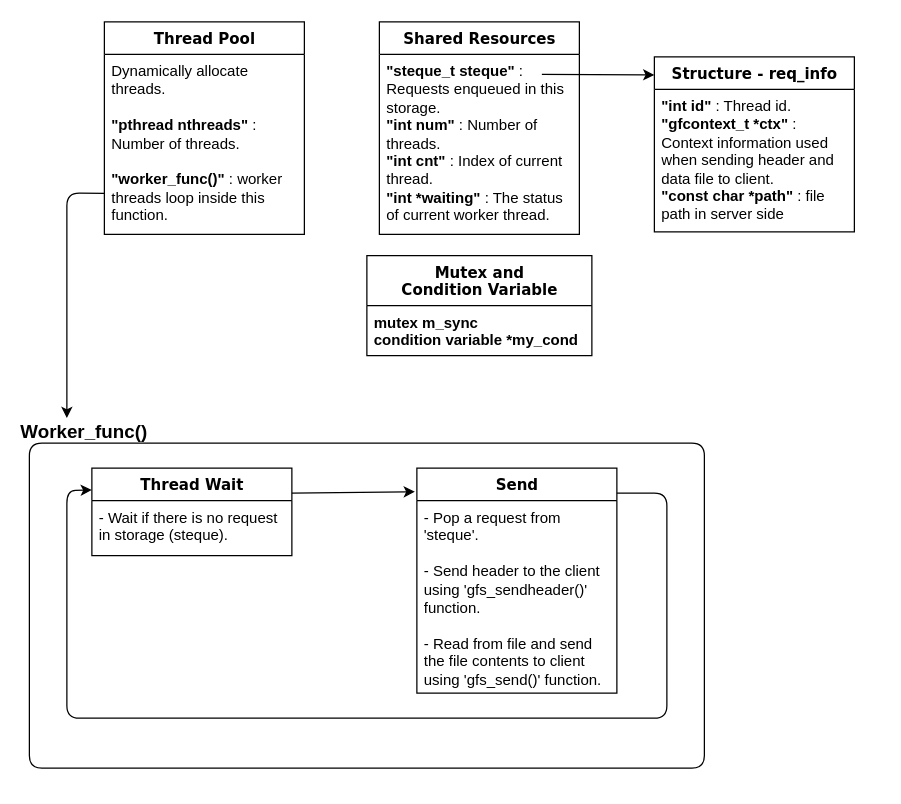
The draw.io diagram multi-client.drawio in kimilg/drawings, before the edit. Source tidied: cells renumbered, new cells numbered last; positions are measured from the earlier drawing's top-left corner, leaving out a move shared by most shapes. Both pictures are drawn from the tidied source at 125%, with x=0, y=0 at pixel (29, 21).
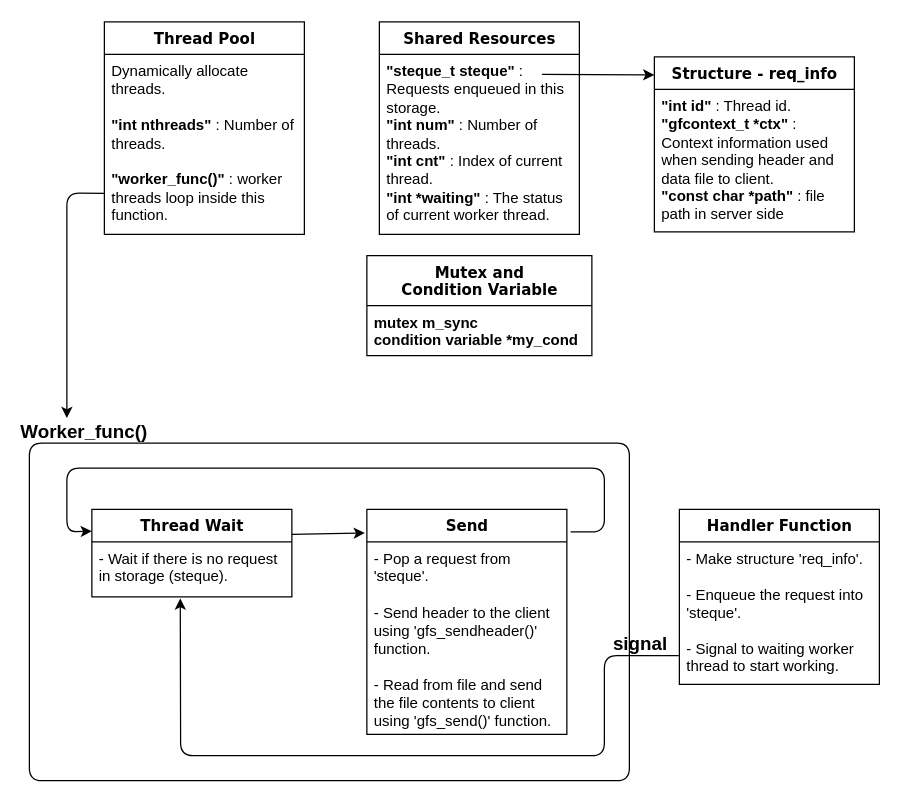
The same diagram, later.

Unchanged cells that the change refers to:
```xml
<mxCell id="2" value="Thread Pool" style="swimlane;html=1;fontStyle=1;align=center;verticalAlign=top;horizontal=1;startSize=26;swimlaneFillColor=#ffffff;rounded=0;shadow=0;comic=0;labelBackgroundColor=none;strokeWidth=1;fillColor=none;fontFamily=Verdana;fontSize=12;" parent="1" vertex="1">
  <mxGeometry x="60" width="160" height="170" as="geometry" />
</mxCell>
<mxCell id="13" value="- Wait if there is no request in storage (steque)." style="text;html=1;strokeColor=none;fillColor=none;align=left;verticalAlign=top;spacingLeft=4;spacingRight=4;whiteSpace=wrap;overflow=hidden;points=[[0,0.5],[1,0.5]];portConstraint=eastwest;" parent="12" vertex="1">
  <mxGeometry y="26" width="160" height="44" as="geometry" />
</mxCell>
```

The edit, as a diff of the source:
```diff
@@
-    <mxCell id="3" value="Dynamically allocate threads.&lt;br&gt;&lt;br&gt;&lt;b&gt;&quot;pthread nthreads&quot;&lt;/b&gt; : Number of threads.&lt;br&gt;&lt;br&gt;&lt;b&gt;&quot;worker_func()&quot;&lt;/b&gt; : worker threads loop inside this function." style="text;html=1;strokeColor=none;fillColor=none;align=left;verticalAlign=top;spacingLeft=4;spacingRight=4;whiteSpace=wrap;overflow=hidden;points=[[0,0.5],[1,0.5]];portConstraint=eastwest;" parent="2" vertex="1">
+    <mxCell id="3" value="Dynamically allocate threads.&lt;br&gt;&lt;br&gt;&lt;b&gt;&quot;int nthreads&quot;&lt;/b&gt; : Number of threads.&lt;br&gt;&lt;br&gt;&lt;b&gt;&quot;worker_func()&quot;&lt;/b&gt; : worker threads loop inside this function." style="text;html=1;strokeColor=none;fillColor=none;align=left;verticalAlign=top;spacingLeft=4;spacingRight=4;whiteSpace=wrap;overflow=hidden;points=[[0,0.5],[1,0.5]];portConstraint=eastwest;" parent="2" vertex="1">
       <mxGeometry y="26" width="160" height="144" as="geometry" />
     </mxCell>
@@
     <mxCell id="12" value="Thread Wait" style="swimlane;html=1;fontStyle=1;align=center;verticalAlign=top;horizontal=1;startSize=26;swimlaneFillColor=#ffffff;rounded=0;shadow=0;comic=0;labelBackgroundColor=none;strokeWidth=1;fillColor=none;fontFamily=Verdana;fontSize=12;" parent="1" vertex="1">
-      <mxGeometry x="50" y="357" width="160" height="70" as="geometry" />
+      <mxGeometry x="50" y="390" width="160" height="70" as="geometry" />
     </mxCell>
@@
     <mxCell id="14" value="Send" style="swimlane;html=1;fontStyle=1;align=center;verticalAlign=top;horizontal=1;startSize=26;swimlaneFillColor=#ffffff;rounded=0;shadow=0;comic=0;labelBackgroundColor=none;strokeWidth=1;fillColor=none;fontFamily=Verdana;fontSize=12;" parent="1" vertex="1">
-      <mxGeometry x="310" y="357" width="160" height="180" as="geometry" />
+      <mxGeometry x="270" y="390" width="160" height="180" as="geometry" />
     </mxCell>
@@
     <mxCell id="16" style="endArrow=classic;html=1;entryX=-0.01;entryY=0.105;entryDx=0;entryDy=0;entryPerimeter=0;" parent="1" edge="1" target="14">
       <mxGeometry relative="1" as="geometry">
-        <mxPoint x="210" y="377" as="sourcePoint" />
+        <mxPoint x="210" y="410" as="sourcePoint" />
       </mxGeometry>
     </mxCell>
     <mxCell id="17" style="endArrow=classic;html=1;entryX=0;entryY=0.25;entryDx=0;entryDy=0;" parent="1" edge="1" target="12">
       <mxGeometry relative="1" as="geometry">
-        <mxPoint x="470" y="377" as="sourcePoint" />
+        <mxPoint x="433" y="408" as="sourcePoint" />
         <Array as="points">
-          <mxPoint x="510" y="377" />
-          <mxPoint x="510" y="557" />
-          <mxPoint x="30" y="557" />
-          <mxPoint x="30" y="375" />
+          <mxPoint x="460" y="408" />
+          <mxPoint x="460" y="357" />
+          <mxPoint x="30" y="357" />
+          <mxPoint x="30" y="408" />
         </Array>
       </mxGeometry>
     </mxCell>
@@
     <mxCell id="19" style="endArrow=none;html=1;fontSize=15;" parent="1" edge="1">
       <mxGeometry relative="1" as="geometry">
         <mxPoint x="160" y="337" as="sourcePoint" />
         <mxPoint x="160" y="337" as="targetPoint" />
         <Array as="points">
-          <mxPoint x="540" y="337" />
-          <mxPoint x="540" y="597" />
-          <mxPoint y="597" />
+          <mxPoint x="480" y="337" />
+          <mxPoint x="480" y="607" />
+          <mxPoint y="607" />
           <mxPoint y="337" />
         </Array>
       </mxGeometry>
     </mxCell>
+    <mxCell id="20" value="Handler Function" style="swimlane;html=1;fontStyle=1;align=center;verticalAlign=top;horizontal=1;startSize=26;swimlaneFillColor=#ffffff;rounded=0;shadow=0;comic=0;labelBackgroundColor=none;strokeWidth=1;fillColor=none;fontFamily=Verdana;fontSize=12;" parent="1" vertex="1">
+      <mxGeometry x="520" y="390" width="160" height="140" as="geometry" />
+    </mxCell>
+    <mxCell id="21" value="- Make structure 'req_info'.&lt;br&gt;&lt;br&gt;- Enqueue the request into 'steque'.&lt;br&gt;&lt;br&gt;- Signal to waiting worker thread to start working.&amp;nbsp;" style="text;html=1;strokeColor=none;fillColor=none;align=left;verticalAlign=top;spacingLeft=4;spacingRight=4;whiteSpace=wrap;overflow=hidden;points=[[0,0.5],[1,0.5]];portConstraint=eastwest;" parent="20" vertex="1">
+      <mxGeometry y="26" width="160" height="114" as="geometry" />
+    </mxCell>
+    <mxCell id="22" style="endArrow=classic;html=1;fontSize=15;exitX=-0.003;exitY=0.798;exitDx=0;exitDy=0;exitPerimeter=0;entryX=0.442;entryY=1.028;entryDx=0;entryDy=0;entryPerimeter=0;" parent="1" edge="1" source="21" target="13">
+      <mxGeometry relative="1" as="geometry">
+        <Array as="points">
+          <mxPoint x="460" y="507" />
+          <mxPoint x="460" y="587" />
+          <mxPoint x="121" y="587" />
+        </Array>
+      </mxGeometry>
+    </mxCell>
+    <mxCell id="23" value="signal" style="text;html=1;strokeColor=none;fillColor=none;align=center;verticalAlign=middle;whiteSpace=wrap;rounded=0;fontSize=15;fontStyle=1;" parent="1" vertex="1">
+      <mxGeometry x="469" y="487" width="40" height="20" as="geometry" />
+    </mxCell>
```
